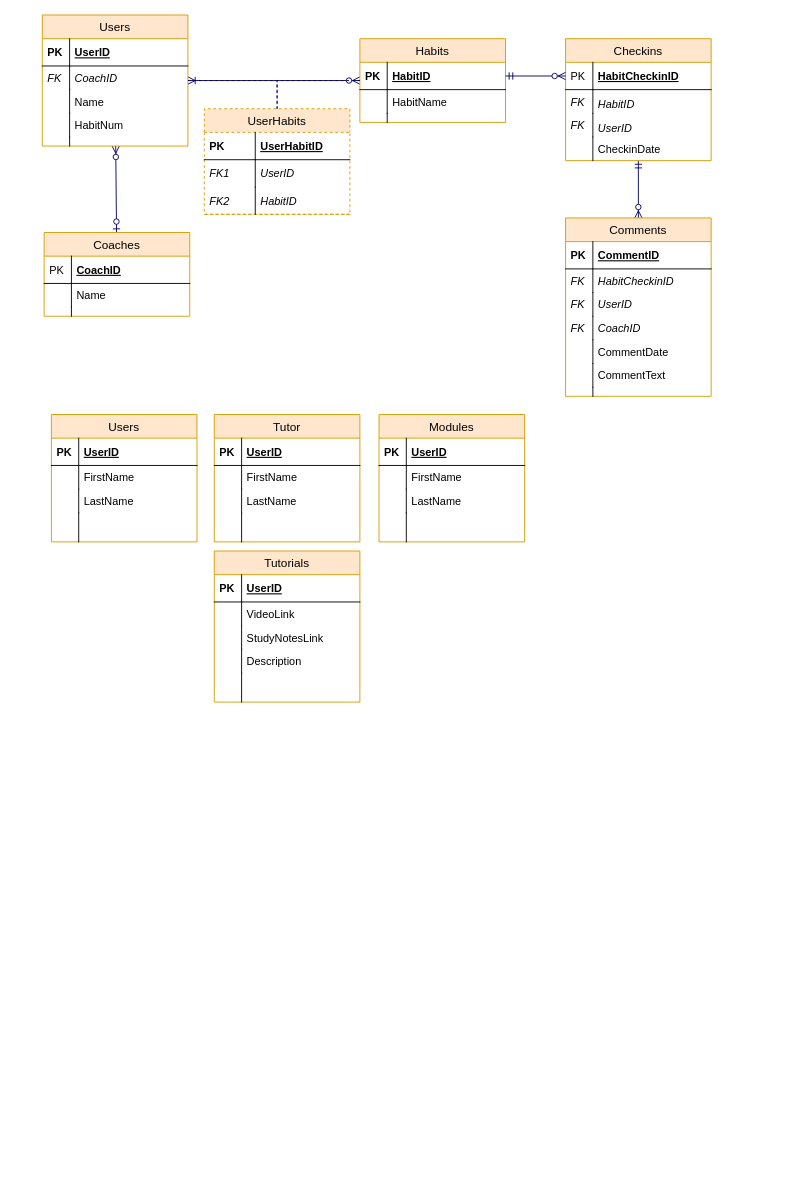
This is page "ERD Data Structure - Habit Tracker App" (2 of 2) of Untitled Diagram.drawio from DanielRomeo/c-cpp-python, a draw.io file, before an edit. Source tidied: cells renumbered, new cells numbered last; positions are measured from the earlier drawing's top-left corner, leaving out a move shared by most shapes. Both pictures are drawn from the tidied source at 91%, with x=0, y=0 at pixel (42, 15).
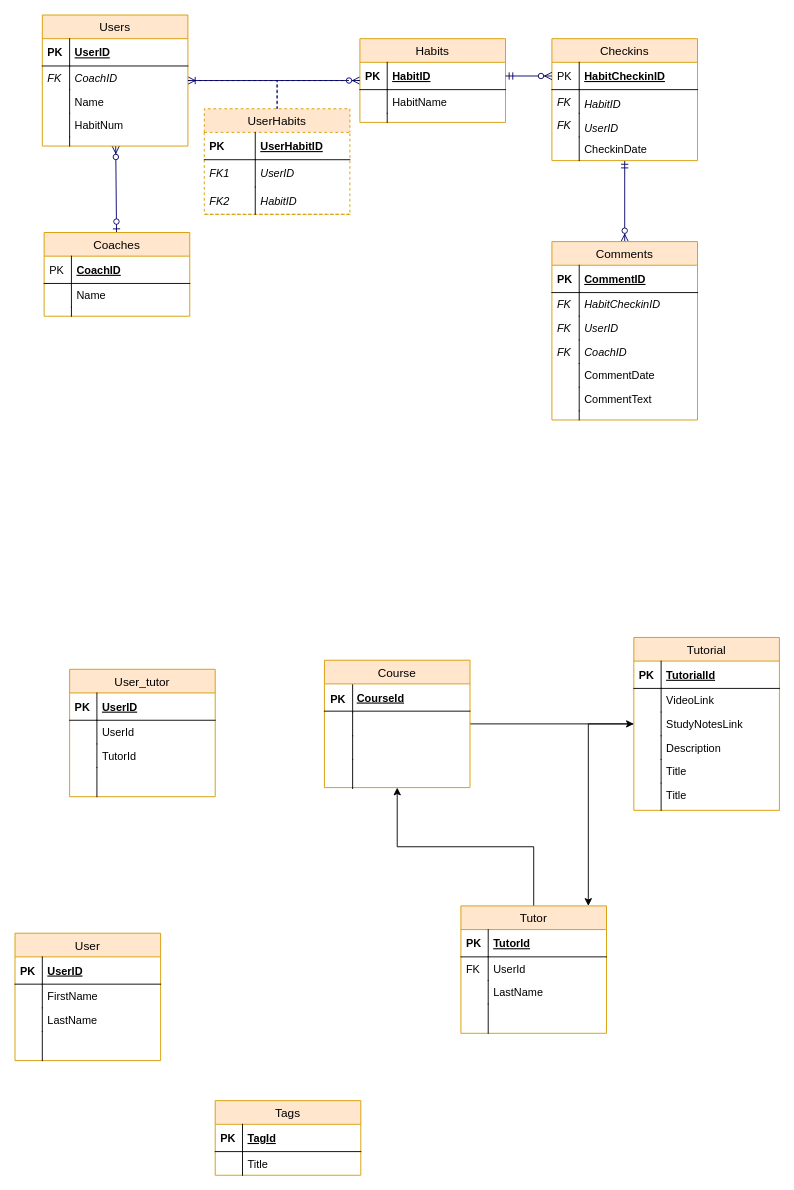
The same diagram, later.

What changed in the source:
```diff
@@
     <mxCell id="30" value="Checkins" style="swimlane;fontStyle=0;horizontal=1;startSize=26;fillColor=#ffe6cc;swimlaneFillColor=#ffffff;align=center;strokeWidth=1;fontSize=13;strokeColor=#d79b00;" parent="1" vertex="1">
-      <mxGeometry x="575" y="26" width="160" height="134" as="geometry" />
+      <mxGeometry x="560" y="26" width="160" height="134" as="geometry" />
     </mxCell>
@@
     <mxCell id="39" value="Comments" style="swimlane;fontStyle=0;horizontal=1;startSize=26;fillColor=#ffe6cc;swimlaneFillColor=#ffffff;align=center;strokeWidth=1;fontSize=13;strokeColor=#d79b00;" parent="1" vertex="1">
-      <mxGeometry x="575" y="223" width="160" height="196" as="geometry" />
+      <mxGeometry x="560" y="249" width="160" height="196" as="geometry" />
     </mxCell>
@@
-    <mxCell id="65" value="Users" style="swimlane;fontStyle=0;horizontal=1;startSize=26;fillColor=#ffe6cc;swimlaneFillColor=#ffffff;align=center;strokeWidth=1;fontSize=13;strokeColor=#d79b00;" parent="1" vertex="1">
-      <mxGeometry x="10" y="439" width="160" height="140" as="geometry" />
+    <mxCell id="65" value="User" style="swimlane;fontStyle=0;horizontal=1;startSize=26;fillColor=#ffe6cc;swimlaneFillColor=#ffffff;align=center;strokeWidth=1;fontSize=13;strokeColor=#d79b00;" parent="1" vertex="1">
+      <mxGeometry x="-30" y="1009" width="160" height="140" as="geometry" />
     </mxCell>
@@
+    <mxCell id="103" style="edgeStyle=orthogonalEdgeStyle;rounded=0;jettySize=auto;html=1;" parent="1" edge="1" source="74" target="83">
+      <mxGeometry relative="1" as="geometry" />
+    </mxCell>
     <mxCell id="74" value="Tutor" style="swimlane;fontStyle=0;horizontal=1;startSize=26;fillColor=#ffe6cc;swimlaneFillColor=#ffffff;align=center;strokeWidth=1;fontSize=13;strokeColor=#d79b00;" parent="1" vertex="1">
-      <mxGeometry x="189" y="439" width="160" height="140" as="geometry" />
+      <mxGeometry x="460" y="979" width="160" height="140" as="geometry" />
     </mxCell>
-    <mxCell id="75" value="UserID" style="shape=partialRectangle;top=0;left=0;right=0;bottom=1;align=left;verticalAlign=middle;fillColor=none;spacingLeft=34;spacingRight=4;overflow=hidden;fontStyle=5;" parent="74" vertex="1">
+    <mxCell id="75" value="TutorId" style="shape=partialRectangle;top=0;left=0;right=0;bottom=1;align=left;verticalAlign=middle;fillColor=none;spacingLeft=34;spacingRight=4;overflow=hidden;fontStyle=5;" parent="74" vertex="1">
       <mxGeometry y="26" width="160" height="30" as="geometry" />
     </mxCell>
@@
-    <mxCell id="77" value="FirstName" style="shape=partialRectangle;top=0;left=0;right=0;bottom=0;align=left;verticalAlign=top;fillColor=none;spacingLeft=34;spacingRight=4;overflow=hidden;" parent="74" vertex="1">
+    <mxCell id="77" value="UserId" style="shape=partialRectangle;top=0;left=0;right=0;bottom=0;align=left;verticalAlign=top;fillColor=none;spacingLeft=34;spacingRight=4;overflow=hidden;" parent="74" vertex="1">
       <mxGeometry y="56" width="160" height="26" as="geometry" />
     </mxCell>
-    <mxCell id="78" style="shape=partialRectangle;top=0;left=0;bottom=0;fillColor=none;align=left;verticalAlign=top;spacingLeft=4;spacingRight=4;overflow=hidden;" parent="77" vertex="1">
+    <mxCell id="78" value="FK" style="shape=partialRectangle;top=0;left=0;bottom=0;fillColor=none;align=left;verticalAlign=top;spacingLeft=4;spacingRight=4;overflow=hidden;" parent="77" vertex="1">
       <mxGeometry width="30" height="26" as="geometry" />
     </mxCell>
@@
+    <mxCell id="104" style="edgeStyle=orthogonalEdgeStyle;rounded=0;jettySize=auto;html=1;" parent="1" edge="1" source="83" target="92">
+      <mxGeometry relative="1" as="geometry" />
+    </mxCell>
-    <mxCell id="83" value="Modules" style="swimlane;fontStyle=0;horizontal=1;startSize=26;fillColor=#ffe6cc;swimlaneFillColor=#ffffff;align=center;strokeWidth=1;fontSize=13;strokeColor=#d79b00;" parent="1" vertex="1">
-      <mxGeometry x="370" y="439" width="160" height="140" as="geometry" />
+    <mxCell id="83" value="Course" style="swimlane;fontStyle=0;horizontal=1;startSize=26;fillColor=#ffe6cc;swimlaneFillColor=#ffffff;align=center;strokeWidth=1;fontSize=13;strokeColor=#d79b00;rotation=0;" parent="1" vertex="1">
+      <mxGeometry x="310" y="709" width="160" height="140" as="geometry" />
     </mxCell>
-    <mxCell id="84" value="UserID" style="shape=partialRectangle;top=0;left=0;right=0;bottom=1;align=left;verticalAlign=middle;fillColor=none;spacingLeft=34;spacingRight=4;overflow=hidden;fontStyle=5;" parent="83" vertex="1">
+    <mxCell id="84" value="CourseId" style="shape=partialRectangle;top=0;left=0;right=0;bottom=1;align=left;verticalAlign=middle;fillColor=none;spacingLeft=34;spacingRight=4;overflow=hidden;fontStyle=5;rotation=0;" parent="83" vertex="1">
       <mxGeometry y="26" width="160" height="30" as="geometry" />
     </mxCell>
-    <mxCell id="85" value="PK" style="shape=partialRectangle;top=0;left=0;bottom=0;fillColor=none;align=left;verticalAlign=middle;spacingLeft=4;spacingRight=4;overflow=hidden;fontStyle=1;" parent="84" vertex="1">
-      <mxGeometry width="30" height="30" as="geometry" />
+    <mxCell id="85" value="PK" style="shape=partialRectangle;top=0;left=0;bottom=0;fillColor=none;align=left;verticalAlign=middle;spacingLeft=4;spacingRight=4;overflow=hidden;fontStyle=1;rotation=0;" parent="84" vertex="1">
+      <mxGeometry x="1" y="1" width="30" height="30" as="geometry" />
     </mxCell>
-    <mxCell id="86" value="FirstName" style="shape=partialRectangle;top=0;left=0;right=0;bottom=0;align=left;verticalAlign=top;fillColor=none;spacingLeft=34;spacingRight=4;overflow=hidden;" parent="83" vertex="1">
+    <mxCell id="86" style="shape=partialRectangle;top=0;left=0;right=0;bottom=0;align=left;verticalAlign=top;fillColor=none;spacingLeft=34;spacingRight=4;overflow=hidden;rotation=0;" parent="83" vertex="1">
       <mxGeometry y="56" width="160" height="26" as="geometry" />
     </mxCell>
-    <mxCell id="87" style="shape=partialRectangle;top=0;left=0;bottom=0;fillColor=none;align=left;verticalAlign=top;spacingLeft=4;spacingRight=4;overflow=hidden;" parent="86" vertex="1">
-      <mxGeometry width="30" height="26" as="geometry" />
+    <mxCell id="87" style="shape=partialRectangle;top=0;left=0;bottom=0;fillColor=none;align=left;verticalAlign=top;spacingLeft=4;spacingRight=4;overflow=hidden;rotation=0;" parent="86" vertex="1">
+      <mxGeometry x="1" y="1" width="30" height="26" as="geometry" />
     </mxCell>
-    <mxCell id="88" value="LastName" style="shape=partialRectangle;top=0;left=0;right=0;bottom=0;align=left;verticalAlign=top;fillColor=none;spacingLeft=34;spacingRight=4;overflow=hidden;" parent="83" vertex="1">
+    <mxCell id="88" style="shape=partialRectangle;top=0;left=0;right=0;bottom=0;align=left;verticalAlign=top;fillColor=none;spacingLeft=34;spacingRight=4;overflow=hidden;rotation=0;" parent="83" vertex="1">
       <mxGeometry y="82" width="160" height="26" as="geometry" />
     </mxCell>
-    <mxCell id="89" style="shape=partialRectangle;top=0;left=0;bottom=0;fillColor=none;align=left;verticalAlign=top;spacingLeft=4;spacingRight=4;overflow=hidden;" parent="88" vertex="1">
-      <mxGeometry width="30" height="26" as="geometry" />
+    <mxCell id="89" style="shape=partialRectangle;top=0;left=0;bottom=0;fillColor=none;align=left;verticalAlign=top;spacingLeft=4;spacingRight=4;overflow=hidden;rotation=0;" parent="88" vertex="1">
+      <mxGeometry x="1" y="1" width="30" height="26" as="geometry" />
     </mxCell>
-    <mxCell id="90" style="shape=partialRectangle;top=0;left=0;right=0;bottom=0;align=left;verticalAlign=top;fillColor=none;spacingLeft=34;spacingRight=4;overflow=hidden;" parent="83" vertex="1">
+    <mxCell id="90" style="shape=partialRectangle;top=0;left=0;right=0;bottom=0;align=left;verticalAlign=top;fillColor=none;spacingLeft=34;spacingRight=4;overflow=hidden;rotation=0;" parent="83" vertex="1">
       <mxGeometry y="108" width="160" height="32" as="geometry" />
     </mxCell>
-    <mxCell id="91" style="shape=partialRectangle;top=0;left=0;bottom=0;fillColor=none;align=left;verticalAlign=top;spacingLeft=4;spacingRight=4;overflow=hidden;" parent="90" vertex="1">
-      <mxGeometry width="30" height="32" as="geometry" />
+    <mxCell id="91" style="shape=partialRectangle;top=0;left=0;bottom=0;fillColor=none;align=left;verticalAlign=top;spacingLeft=4;spacingRight=4;overflow=hidden;rotation=0;" parent="90" vertex="1">
+      <mxGeometry x="1" y="1" width="30" height="32" as="geometry" />
     </mxCell>
+    <mxCell id="105" style="edgeStyle=orthogonalEdgeStyle;rounded=0;jettySize=auto;html=1;" parent="1" edge="1" source="92" target="74">
+      <mxGeometry relative="1" as="geometry">
+        <Array as="points">
+          <mxPoint x="600" y="779" />
+        </Array>
+      </mxGeometry>
+    </mxCell>
-    <mxCell id="92" value="Tutorials" style="swimlane;fontStyle=0;horizontal=1;startSize=26;fillColor=#ffe6cc;swimlaneFillColor=#ffffff;align=center;strokeWidth=1;fontSize=13;strokeColor=#d79b00;" parent="1" vertex="1">
-      <mxGeometry x="189" y="589" width="160" height="166" as="geometry" />
+    <mxCell id="92" value="Tutorial" style="swimlane;fontStyle=0;horizontal=1;startSize=26;fillColor=#ffe6cc;swimlaneFillColor=#ffffff;align=center;strokeWidth=1;fontSize=13;strokeColor=#d79b00;" parent="1" vertex="1">
+      <mxGeometry x="650" y="684" width="160" height="190" as="geometry" />
     </mxCell>
-    <mxCell id="93" value="UserID" style="shape=partialRectangle;top=0;left=0;right=0;bottom=1;align=left;verticalAlign=middle;fillColor=none;spacingLeft=34;spacingRight=4;overflow=hidden;fontStyle=5;" parent="92" vertex="1">
+    <mxCell id="93" value="TutorialId" style="shape=partialRectangle;top=0;left=0;right=0;bottom=1;align=left;verticalAlign=middle;fillColor=none;spacingLeft=34;spacingRight=4;overflow=hidden;fontStyle=5;" parent="92" vertex="1">
       <mxGeometry y="26" width="160" height="30" as="geometry" />
     </mxCell>
@@
-    <mxCell id="101" style="shape=partialRectangle;top=0;left=0;right=0;bottom=0;align=left;verticalAlign=top;fillColor=none;spacingLeft=34;spacingRight=4;overflow=hidden;" parent="92" vertex="1">
-      <mxGeometry y="134" width="160" height="32" as="geometry" />
+    <mxCell id="101" value="Title   " style="shape=partialRectangle;top=0;left=0;right=0;bottom=0;align=left;verticalAlign=top;fillColor=none;spacingLeft=34;spacingRight=4;overflow=hidden;" parent="92" vertex="1">
+      <mxGeometry y="134" width="160" height="26" as="geometry" />
     </mxCell>
     <mxCell id="102" style="shape=partialRectangle;top=0;left=0;bottom=0;fillColor=none;align=left;verticalAlign=top;spacingLeft=4;spacingRight=4;overflow=hidden;" parent="101" vertex="1">
-      <mxGeometry width="30" height="32" as="geometry" />
+      <mxGeometry width="30" height="26" as="geometry" />
     </mxCell>
+    <mxCell id="106" value="Title   " style="shape=partialRectangle;top=0;left=0;right=0;bottom=0;align=left;verticalAlign=top;fillColor=none;spacingLeft=34;spacingRight=4;overflow=hidden;" parent="92" vertex="1">
+      <mxGeometry y="160" width="160" height="30" as="geometry" />
+    </mxCell>
+    <mxCell id="107" style="shape=partialRectangle;top=0;left=0;bottom=0;fillColor=none;align=left;verticalAlign=top;spacingLeft=4;spacingRight=4;overflow=hidden;" parent="106" vertex="1">
+      <mxGeometry width="30" height="30" as="geometry" />
+    </mxCell>
+    <mxCell id="108" value="Tags" style="swimlane;fontStyle=0;horizontal=1;startSize=26;fillColor=#ffe6cc;swimlaneFillColor=#ffffff;align=center;strokeWidth=1;fontSize=13;strokeColor=#d79b00;" parent="1" vertex="1">
+      <mxGeometry x="190" y="1193" width="160" height="82" as="geometry" />
+    </mxCell>
+    <mxCell id="109" value="TagId" style="shape=partialRectangle;top=0;left=0;right=0;bottom=1;align=left;verticalAlign=middle;fillColor=none;spacingLeft=34;spacingRight=4;overflow=hidden;fontStyle=5;" parent="108" vertex="1">
+      <mxGeometry y="26" width="160" height="30" as="geometry" />
+    </mxCell>
+    <mxCell id="110" value="PK" style="shape=partialRectangle;top=0;left=0;bottom=0;fillColor=none;align=left;verticalAlign=middle;spacingLeft=4;spacingRight=4;overflow=hidden;fontStyle=1;" parent="109" vertex="1">
+      <mxGeometry width="30" height="30" as="geometry" />
+    </mxCell>
+    <mxCell id="111" value="Title" style="shape=partialRectangle;top=0;left=0;right=0;bottom=0;align=left;verticalAlign=top;fillColor=none;spacingLeft=34;spacingRight=4;overflow=hidden;" parent="108" vertex="1">
+      <mxGeometry y="56" width="160" height="26" as="geometry" />
+    </mxCell>
+    <mxCell id="112" style="shape=partialRectangle;top=0;left=0;bottom=0;fillColor=none;align=left;verticalAlign=top;spacingLeft=4;spacingRight=4;overflow=hidden;" parent="111" vertex="1">
+      <mxGeometry width="30" height="26" as="geometry" />
+    </mxCell>
+    <mxCell id="113" value="User_tutor" style="swimlane;fontStyle=0;horizontal=1;startSize=26;fillColor=#ffe6cc;swimlaneFillColor=#ffffff;align=center;strokeWidth=1;fontSize=13;strokeColor=#d79b00;" parent="1" vertex="1">
+      <mxGeometry x="30" y="719" width="160" height="140" as="geometry" />
+    </mxCell>
+    <mxCell id="114" value="UserID" style="shape=partialRectangle;top=0;left=0;right=0;bottom=1;align=left;verticalAlign=middle;fillColor=none;spacingLeft=34;spacingRight=4;overflow=hidden;fontStyle=5;" parent="113" vertex="1">
+      <mxGeometry y="26" width="160" height="30" as="geometry" />
+    </mxCell>
+    <mxCell id="115" value="PK" style="shape=partialRectangle;top=0;left=0;bottom=0;fillColor=none;align=left;verticalAlign=middle;spacingLeft=4;spacingRight=4;overflow=hidden;fontStyle=1;" parent="114" vertex="1">
+      <mxGeometry width="30" height="30" as="geometry" />
+    </mxCell>
+    <mxCell id="116" value="UserId" style="shape=partialRectangle;top=0;left=0;right=0;bottom=0;align=left;verticalAlign=top;fillColor=none;spacingLeft=34;spacingRight=4;overflow=hidden;" parent="113" vertex="1">
+      <mxGeometry y="56" width="160" height="26" as="geometry" />
+    </mxCell>
+    <mxCell id="117" style="shape=partialRectangle;top=0;left=0;bottom=0;fillColor=none;align=left;verticalAlign=top;spacingLeft=4;spacingRight=4;overflow=hidden;" parent="116" vertex="1">
+      <mxGeometry width="30" height="26" as="geometry" />
+    </mxCell>
+    <mxCell id="118" value="TutorId" style="shape=partialRectangle;top=0;left=0;right=0;bottom=0;align=left;verticalAlign=top;fillColor=none;spacingLeft=34;spacingRight=4;overflow=hidden;" parent="113" vertex="1">
+      <mxGeometry y="82" width="160" height="26" as="geometry" />
+    </mxCell>
+    <mxCell id="119" style="shape=partialRectangle;top=0;left=0;bottom=0;fillColor=none;align=left;verticalAlign=top;spacingLeft=4;spacingRight=4;overflow=hidden;" parent="118" vertex="1">
+      <mxGeometry width="30" height="26" as="geometry" />
+    </mxCell>
+    <mxCell id="120" style="shape=partialRectangle;top=0;left=0;right=0;bottom=0;align=left;verticalAlign=top;fillColor=none;spacingLeft=34;spacingRight=4;overflow=hidden;" parent="113" vertex="1">
+      <mxGeometry y="108" width="160" height="32" as="geometry" />
+    </mxCell>
+    <mxCell id="121" style="shape=partialRectangle;top=0;left=0;bottom=0;fillColor=none;align=left;verticalAlign=top;spacingLeft=4;spacingRight=4;overflow=hidden;" parent="120" vertex="1">
+      <mxGeometry width="30" height="32" as="geometry" />
+    </mxCell>
```
